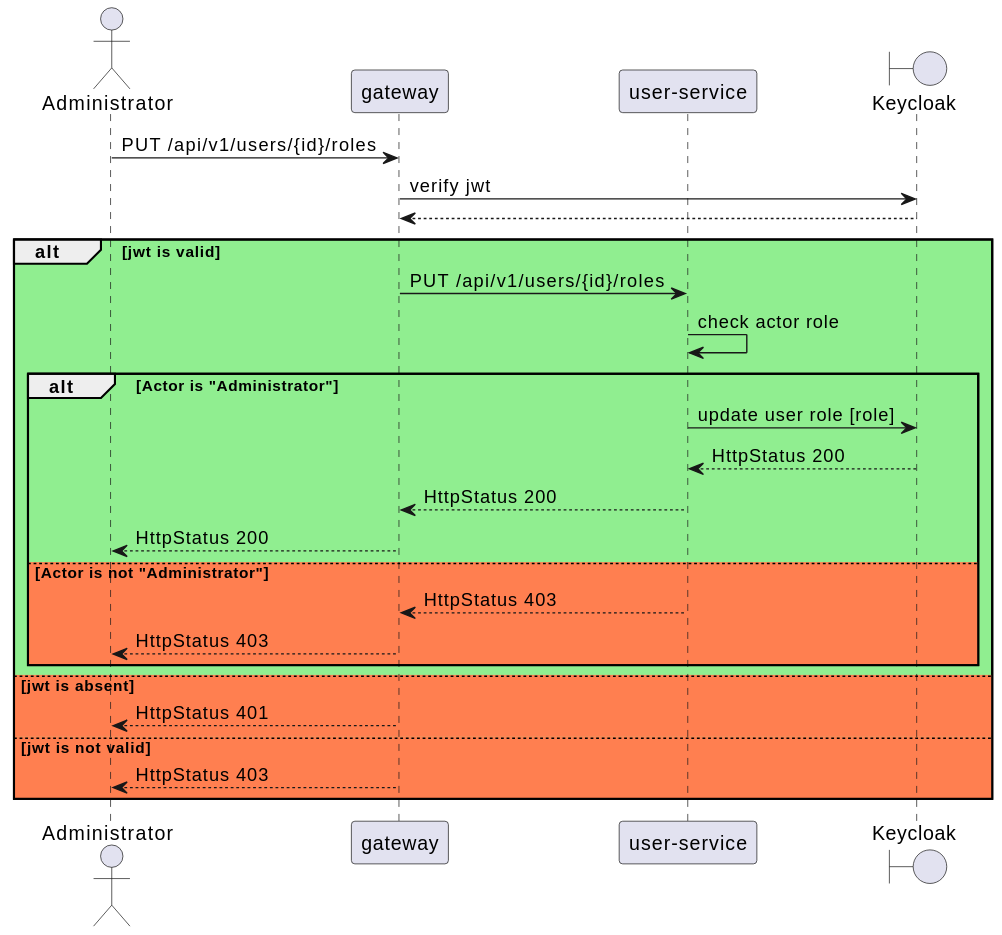
dalayLama/otus-microservice-2024-08 keeps this PlantUML diagram as hw-01/use-cases/add-administartion-role/add-administration-role.svg. Above is the earlier version.
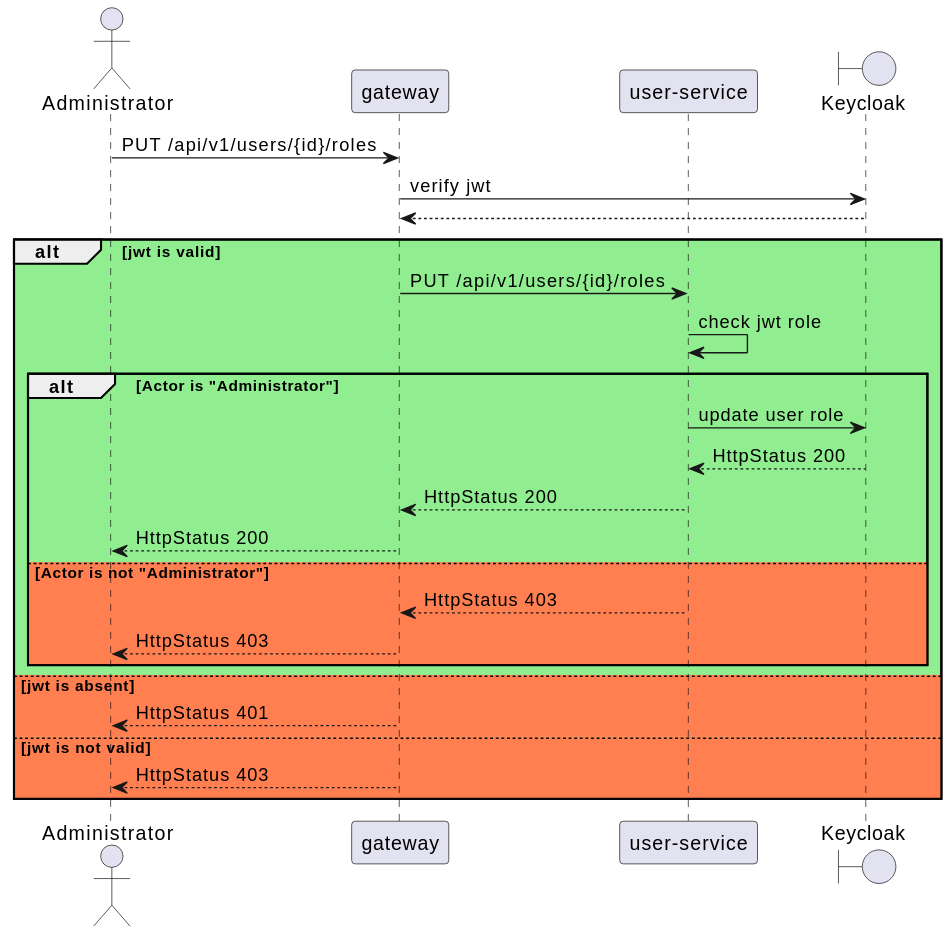
The same diagram one commit later.

Diff of the diagram source:
```diff
@@ -9,9 +9,9 @@
 kk --> gw
 alt #lightgreen jwt is valid
     gw -> us: PUT /api/v1/users/{id}/roles
-    us -> us: check actor role
+    us -> us: check jwt role
     alt #lightgreen Actor is "Administrator"
-        us -> kk: update user role [role]
+        us -> kk: update user role
         kk --> us: HttpStatus 200
         us --> gw: HttpStatus 200
         gw --> admin: HttpStatus 200
```
